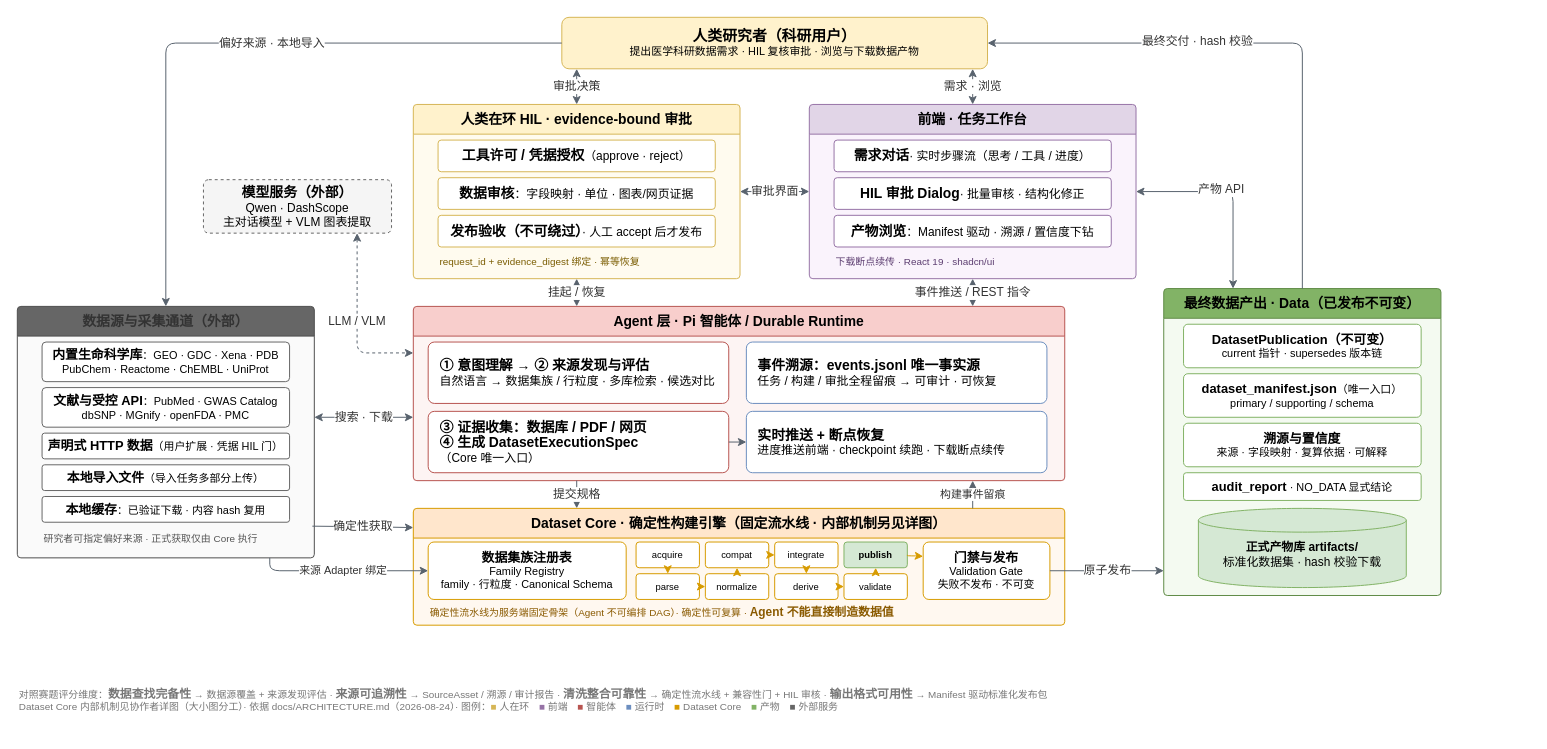
Above: docs/architecture/biomed-qagent-main.drawio in Lidozs55/BioMed-QAgent (draw.io), before the change. Source tidied: cells renumbered, new cells numbered last; positions are measured from the earlier drawing's top-left corner, leaving out a move shared by most shapes. Both pictures are drawn from the tidied source at 99%, with x=0, y=0 at pixel (17, 17).
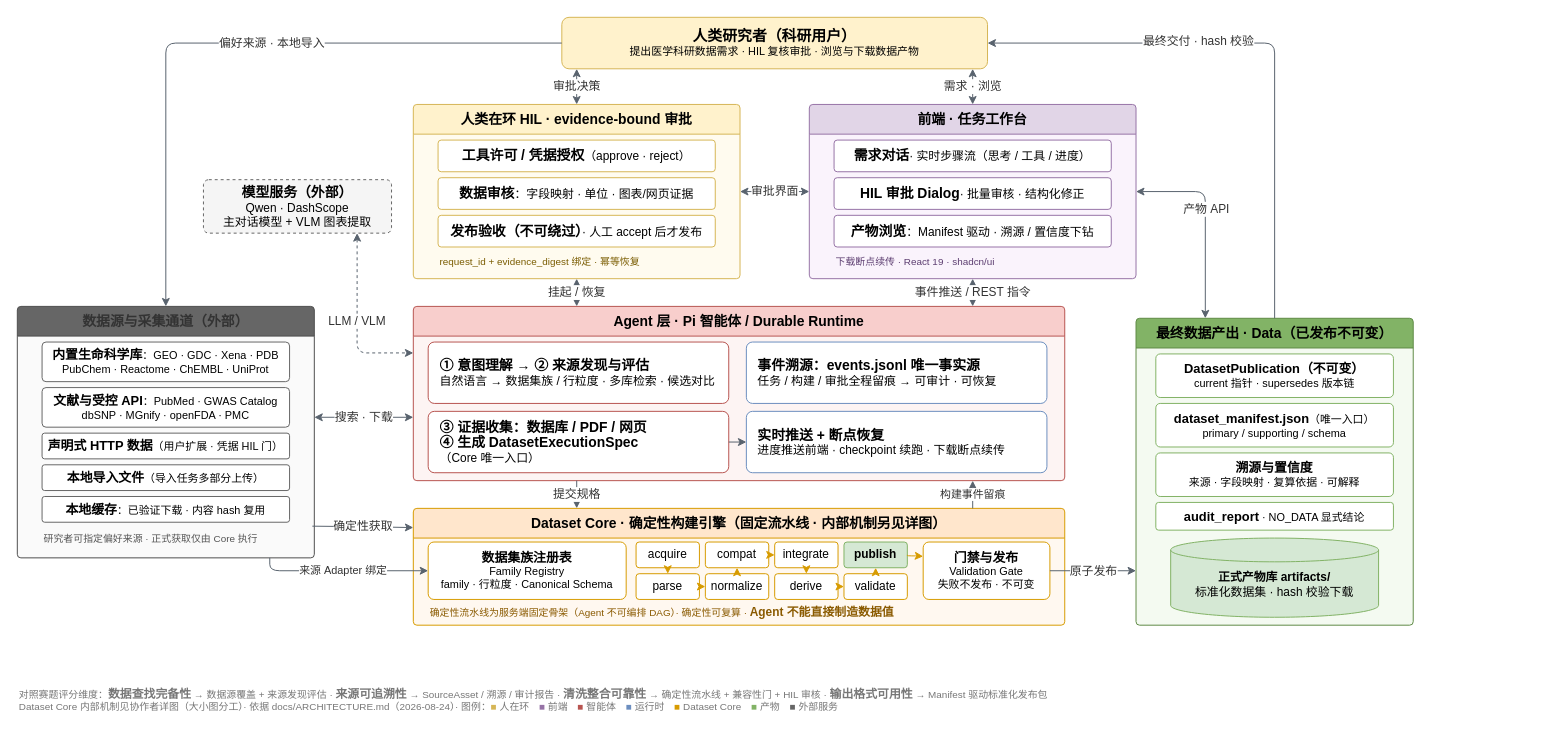
The same page after the edit.

Unchanged cells that the change refers to:
```xml
<mxCell id="2" value="&lt;b&gt;&lt;font style=&quot;font-size:15px;&quot;&gt;人类研究者（科研用户）&lt;/font&gt;&lt;/b&gt;&lt;br&gt;&lt;font style=&quot;font-size:11px;&quot;&gt;提出医学科研数据需求 · HIL 复核审批 · 浏览与下载数据产物&lt;/font&gt;" style="rounded=1;arcSize=14;whiteSpace=wrap;html=1;fillColor=#fff2cc;strokeColor=#d6b656;fontSize=12;spacing=4;" parent="1" vertex="1">
  <mxGeometry x="550" width="430" height="52" as="geometry" />
</mxCell>
<mxCell id="9" value="前端 · 任务工作台" style="swimlane;startSize=30;rounded=1;arcSize=4;fontSize=14;fontStyle=1;html=1;whiteSpace=wrap;fillColor=#e1d5e7;strokeColor=#9673a6;swimlaneFillColor=#faf3fc;" parent="1" vertex="1">
  <mxGeometry x="800" y="88" width="330" height="176" as="geometry" />
</mxCell>
<mxCell id="28" value="Dataset Core · 确定性构建引擎（固定流水线 · 内部机制另见详图）" style="swimlane;startSize=30;rounded=1;arcSize=4;fontSize=14;fontStyle=1;html=1;whiteSpace=wrap;fillColor=#ffe6cc;strokeColor=#d79b00;swimlaneFillColor=#fff8f0;" parent="1" vertex="1">
  <mxGeometry x="400" y="496" width="658" height="118" as="geometry" />
</mxCell>
<mxCell id="30" value="&lt;b&gt;&lt;font style=&quot;font-size:13px;&quot;&gt;门禁与发布&lt;/font&gt;&lt;/b&gt;&lt;br&gt;Validation Gate&lt;br&gt;失败不发布 · 不可变" style="rounded=1;arcSize=10;whiteSpace=wrap;html=1;fillColor=#ffffff;strokeColor=#d79b00;fontSize=11;spacing=2;" parent="28" vertex="1">
  <mxGeometry x="515" y="34" width="128" height="58" as="geometry" />
</mxCell>
```

The edit, as a diff of the source:
```diff
@@
-    <mxCell id="31" value="acquire" style="rounded=1;arcSize=12;whiteSpace=wrap;html=1;fillColor=#ffffff;strokeColor=#d79b00;fontSize=9.5;" parent="28" vertex="1">
+    <mxCell id="31" value="&lt;font style=&quot;font-size: 12px;&quot;&gt;acquire&lt;/font&gt;" style="rounded=1;arcSize=12;whiteSpace=wrap;html=1;fillColor=#ffffff;strokeColor=#d79b00;fontSize=9.5;" parent="28" vertex="1">
       <mxGeometry x="225" y="34" width="64" height="26" as="geometry" />
     </mxCell>
-    <mxCell id="32" value="parse" style="rounded=1;arcSize=12;whiteSpace=wrap;html=1;fillColor=#ffffff;strokeColor=#d79b00;fontSize=9.5;" parent="28" vertex="1">
+    <mxCell id="32" value="&lt;font style=&quot;font-size: 12px;&quot;&gt;parse&lt;/font&gt;" style="rounded=1;arcSize=12;whiteSpace=wrap;html=1;fillColor=#ffffff;strokeColor=#d79b00;fontSize=9.5;" parent="28" vertex="1">
       <mxGeometry x="225" y="66" width="64" height="26" as="geometry" />
     </mxCell>
-    <mxCell id="33" value="normalize" style="rounded=1;arcSize=12;whiteSpace=wrap;html=1;fillColor=#ffffff;strokeColor=#d79b00;fontSize=9.5;" parent="28" vertex="1">
+    <mxCell id="33" value="&lt;font style=&quot;font-size: 12px;&quot;&gt;normalize&lt;/font&gt;" style="rounded=1;arcSize=12;whiteSpace=wrap;html=1;fillColor=#ffffff;strokeColor=#d79b00;fontSize=9.5;" parent="28" vertex="1">
       <mxGeometry x="295" y="66" width="64" height="26" as="geometry" />
     </mxCell>
-    <mxCell id="34" value="compat" style="rounded=1;arcSize=12;whiteSpace=wrap;html=1;fillColor=#ffffff;strokeColor=#d79b00;fontSize=9.5;" parent="28" vertex="1">
+    <mxCell id="34" value="&lt;font style=&quot;font-size: 12px;&quot;&gt;compat&lt;/font&gt;" style="rounded=1;arcSize=12;whiteSpace=wrap;html=1;fillColor=#ffffff;strokeColor=#d79b00;fontSize=9.5;" parent="28" vertex="1">
       <mxGeometry x="295" y="34" width="64" height="26" as="geometry" />
     </mxCell>
-    <mxCell id="35" value="integrate" style="rounded=1;arcSize=12;whiteSpace=wrap;html=1;fillColor=#ffffff;strokeColor=#d79b00;fontSize=9.5;" parent="28" vertex="1">
+    <mxCell id="35" value="&lt;font style=&quot;font-size: 12px;&quot;&gt;integrate&lt;/font&gt;" style="rounded=1;arcSize=12;whiteSpace=wrap;html=1;fillColor=#ffffff;strokeColor=#d79b00;fontSize=9.5;" parent="28" vertex="1">
       <mxGeometry x="365" y="34" width="64" height="26" as="geometry" />
     </mxCell>
-    <mxCell id="36" value="derive" style="rounded=1;arcSize=12;whiteSpace=wrap;html=1;fillColor=#ffffff;strokeColor=#d79b00;fontSize=9.5;" parent="28" vertex="1">
+    <mxCell id="36" value="&lt;font style=&quot;font-size: 12px;&quot;&gt;derive&lt;/font&gt;" style="rounded=1;arcSize=12;whiteSpace=wrap;html=1;fillColor=#ffffff;strokeColor=#d79b00;fontSize=9.5;" parent="28" vertex="1">
       <mxGeometry x="365" y="66" width="64" height="26" as="geometry" />
     </mxCell>
-    <mxCell id="37" value="validate" style="rounded=1;arcSize=12;whiteSpace=wrap;html=1;fillColor=#ffffff;strokeColor=#d79b00;fontSize=9.5;" parent="28" vertex="1">
+    <mxCell id="37" value="&lt;font style=&quot;font-size: 12px;&quot;&gt;validate&lt;/font&gt;" style="rounded=1;arcSize=12;whiteSpace=wrap;html=1;fillColor=#ffffff;strokeColor=#d79b00;fontSize=9.5;" parent="28" vertex="1">
       <mxGeometry x="435" y="66" width="64" height="26" as="geometry" />
     </mxCell>
-    <mxCell id="38" value="publish" style="rounded=1;arcSize=12;whiteSpace=wrap;html=1;fillColor=#d5e8d4;strokeColor=#82b366;fontSize=9.5;fontStyle=1;" parent="28" vertex="1">
+    <mxCell id="38" value="&lt;font style=&quot;font-size: 12px;&quot;&gt;publish&lt;/font&gt;" style="rounded=1;arcSize=12;whiteSpace=wrap;html=1;fillColor=#d5e8d4;strokeColor=#82b366;fontSize=9.5;fontStyle=1;" parent="28" vertex="1">
       <mxGeometry x="435" y="34" width="64" height="26" as="geometry" />
     </mxCell>
@@
     <mxCell id="48" value="最终数据产出 · Data（已发布不可变）" style="swimlane;startSize=30;rounded=1;arcSize=4;fontSize=14;fontStyle=1;html=1;whiteSpace=wrap;fillColor=#82b366;strokeColor=#5f8a45;swimlaneFillColor=#f4faf1;" parent="1" vertex="1">
-      <mxGeometry x="1158" y="274" width="280" height="310" as="geometry" />
+      <mxGeometry x="1130" y="304" width="280" height="310" as="geometry" />
     </mxCell>
@@
-    <mxCell id="66" value="&lt;font style=&quot;font-size: 12px;&quot;&gt;原子发布&lt;/font&gt;" style="edgeStyle=orthogonalEdgeStyle;rounded=1;jettySize=auto;html=1;fontSize=11;fontColor=#333333;labelBackgroundColor=#ffffff;strokeColor=#59636e;endArrow=classic;endFill=1;startArrow=none;exitX=1;exitY=0.5;exitDx=0;exitDy=0;entryX=0;entryY=0.9194;entryDx=0;entryDy=0;" parent="1" edge="1" source="30" target="48">
-      <mxGeometry relative="1" as="geometry" />
+    <mxCell id="66" value="&lt;font style=&quot;font-size: 12px;&quot;&gt;原子发布&lt;/font&gt;" style="edgeStyle=orthogonalEdgeStyle;rounded=1;jettySize=auto;html=1;fontSize=11;fontColor=#333333;labelBackgroundColor=#ffffff;strokeColor=#59636e;endArrow=classic;endFill=1;startArrow=none;exitX=1;exitY=0.5;exitDx=0;exitDy=0;" parent="1" edge="1" source="30">
+      <mxGeometry relative="1" as="geometry">
+        <mxPoint x="1130" y="559" as="targetPoint" />
+      </mxGeometry>
     </mxCell>
     <mxCell id="67" value="&lt;font style=&quot;font-size: 12px;&quot;&gt;产物 API&lt;/font&gt;" style="edgeStyle=orthogonalEdgeStyle;rounded=1;jettySize=auto;html=1;fontSize=11;fontColor=#333333;labelBackgroundColor=#ffffff;strokeColor=#59636e;endArrow=classic;endFill=1;startArrow=classic;startFill=1;exitX=0.25;exitY=0;exitDx=0;exitDy=0;entryX=1;entryY=0.5;entryDx=0;entryDy=0;" parent="1" edge="1" source="48" target="9">
       <mxGeometry x="0.11" y="-2" relative="1" as="geometry">
         <Array as="points">
-          <mxPoint x="1228" y="176" />
+          <mxPoint x="1200" y="176" />
         </Array>
         <mxPoint x="-1" as="offset" />
       </mxGeometry>
     </mxCell>
     <mxCell id="68" value="&lt;font style=&quot;font-size: 12px;&quot;&gt;最终交付 · hash 校验&lt;/font&gt;" style="edgeStyle=orthogonalEdgeStyle;rounded=1;jettySize=auto;html=1;fontSize=11;fontColor=#333333;labelBackgroundColor=#ffffff;strokeColor=#59636e;endArrow=classic;endFill=1;startArrow=none;exitX=0.5;exitY=0;exitDx=0;exitDy=0;entryX=1;entryY=0.5;entryDx=0;entryDy=0;" parent="1" edge="1" source="48" target="2">
       <mxGeometry x="0.25" y="-2" relative="1" as="geometry">
         <Array as="points">
-          <mxPoint x="1298" y="26" />
+          <mxPoint x="1270" y="26" />
         </Array>
       </mxGeometry>
     </mxCell>
```
